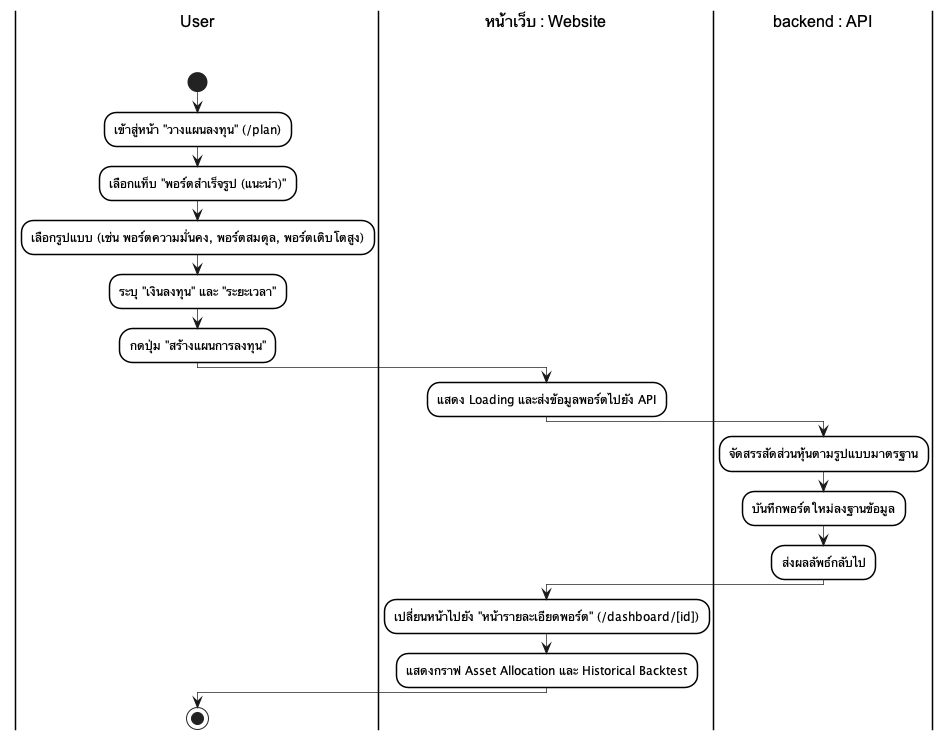
Before: docs/diagrams/images/activity/activity_06_recommended_portfolio.png, a diagram exported from PlantUML (Anatta-at/my-portfolio-app).
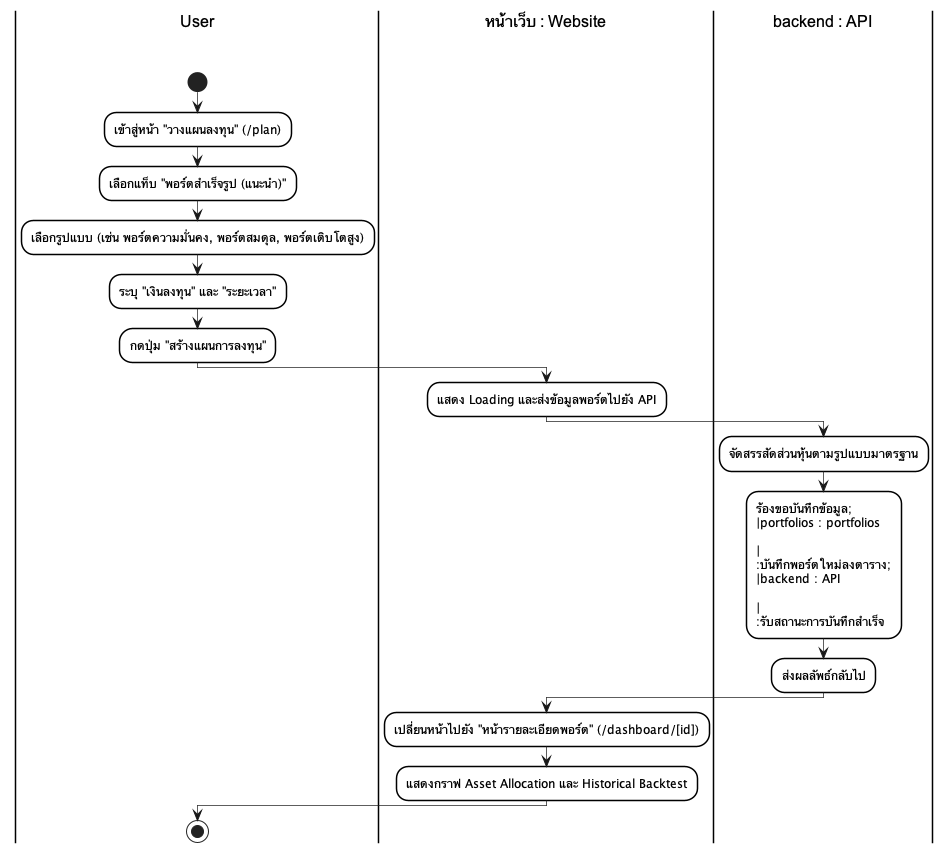
After the commit.

The edit, as a diff of the source:
```diff
@@ -28,7 +28,7 @@
 :แสดง Loading และส่งข้อมูลพอร์ตไปยัง API;
 |backend : API\n\n|
 :จัดสรรสัดส่วนหุ้นตามรูปแบบมาตรฐาน;
-:บันทึกพอร์ตใหม่ลงฐานข้อมูล;
+:ร้องขอบันทึกข้อมูล;\n|portfolios : portfolios\n\n|\n:บันทึกพอร์ตใหม่ลงตาราง;\n|backend : API\n\n|\n:รับสถานะการบันทึกสำเร็จ;
 :ส่งผลลัพธ์กลับไป;
 |หน้าเว็บ : Website\n\n|
 :เปลี่ยนหน้าไปยัง "หน้ารายละเอียดพอร์ต" (/dashboard/[id]);
```
